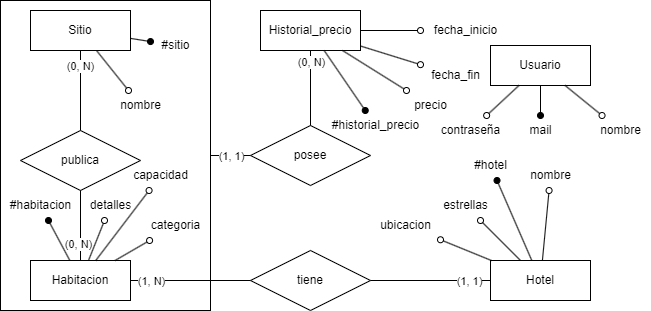
This is 2do_semestre/BD1/Practicas/Practicas-resueltas/Practica-01-modelo-entidad-relacion/Ejercicio-10.drawio.png from Pedro0604/3ro-LS-LI-APU, a draw.io export, as it was before one commit. Source tidied: cells renumbered, new cells last; positions are measured from the earlier drawing's top-left corner, leaving out a move shared by most shapes.
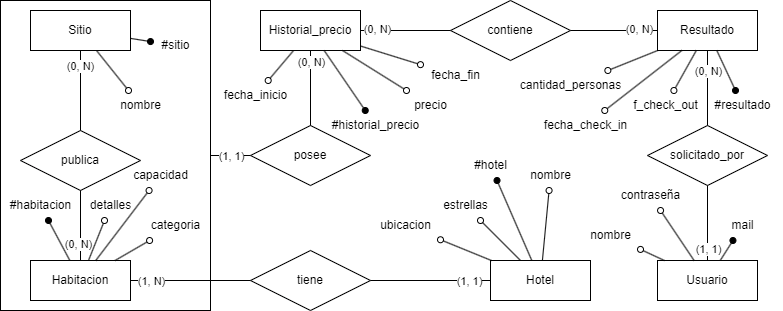
The same diagram one commit later.

Diff of the diagram source:
```diff
@@ -3,7 +3,7 @@
     <mxCell id="0" />
     <mxCell id="1" parent="0" />
     <mxCell id="2" value="Usuario" style="whiteSpace=wrap;html=1;align=center;" parent="1" vertex="1">
-      <mxGeometry x="490" y="45" width="100" height="40" as="geometry" />
+      <mxGeometry x="657" y="260" width="100" height="40" as="geometry" />
     </mxCell>
     <mxCell id="3" value="Hotel" style="whiteSpace=wrap;html=1;align=center;" parent="1" vertex="1">
       <mxGeometry x="490" y="260" width="100" height="40" as="geometry" />
@@ -141,7 +141,7 @@
       <mxGeometry relative="1" as="geometry" />
     </mxCell>
     <mxCell id="46" value="fecha_inicio" style="text;html=1;align=center;verticalAlign=middle;points=[];strokeColor=none;fillColor=none;rounded=0;" parent="1" vertex="1">
-      <mxGeometry x="420" y="15" width="90" height="30" as="geometry" />
+      <mxGeometry x="210" y="80" width="90" height="30" as="geometry" />
     </mxCell>
     <mxCell id="47" style="endArrow=oval;html=1;rounded=0;endFill=0;" parent="1" edge="1" source="6" target="48">
       <mxGeometry relative="1" as="geometry" />
@@ -159,19 +159,80 @@
       <mxGeometry relative="1" as="geometry" />
     </mxCell>
     <mxCell id="52" value="nombre" style="text;html=1;align=center;verticalAlign=middle;points=[];strokeColor=none;fillColor=none;rounded=0;" parent="1" vertex="1">
-      <mxGeometry x="590" y="115" width="60" height="30" as="geometry" />
+      <mxGeometry x="580" y="220" width="60" height="30" as="geometry" />
     </mxCell>
     <mxCell id="53" style="endArrow=oval;html=1;rounded=0;endFill=1;" parent="1" edge="1" source="2" target="54">
       <mxGeometry relative="1" as="geometry" />
     </mxCell>
     <mxCell id="54" value="mail" style="text;html=1;align=center;verticalAlign=middle;points=[];strokeColor=none;fillColor=none;rounded=0;" parent="1" vertex="1">
-      <mxGeometry x="515" y="115" width="50" height="30" as="geometry" />
+      <mxGeometry x="717" y="210" width="50" height="30" as="geometry" />
     </mxCell>
     <mxCell id="55" style="endArrow=oval;html=1;rounded=0;endFill=0;" parent="1" edge="1" source="2" target="56">
       <mxGeometry relative="1" as="geometry" />
     </mxCell>
     <mxCell id="56" value="contraseña" style="text;html=1;align=center;verticalAlign=middle;points=[];strokeColor=none;fillColor=none;rounded=0;" parent="1" vertex="1">
-      <mxGeometry x="430" y="115" width="80" height="30" as="geometry" />
+      <mxGeometry x="610" y="180" width="80" height="30" as="geometry" />
     </mxCell>
+    <mxCell id="57" value="Resultado" style="whiteSpace=wrap;html=1;align=center;" parent="1" vertex="1">
+      <mxGeometry x="657" y="10" width="100" height="40" as="geometry" />
+    </mxCell>
+    <mxCell id="58" value="contiene" style="shape=rhombus;perimeter=rhombusPerimeter;whiteSpace=wrap;html=1;align=center;" parent="1" vertex="1">
+      <mxGeometry x="450" width="120" height="60" as="geometry" />
+    </mxCell>
+    <mxCell id="59" value="solicitado_por" style="shape=rhombus;perimeter=rhombusPerimeter;whiteSpace=wrap;html=1;align=center;" parent="1" vertex="1">
+      <mxGeometry x="647" y="125" width="120" height="60" as="geometry" />
+    </mxCell>
+    <mxCell id="60" style="endArrow=oval;html=1;rounded=0;endFill=1;" parent="1" edge="1" source="57" target="61">
+      <mxGeometry relative="1" as="geometry" />
+    </mxCell>
+    <mxCell id="61" value="#resultado" style="text;html=1;align=center;verticalAlign=middle;points=[];strokeColor=none;fillColor=none;rounded=0;" parent="1" vertex="1">
+      <mxGeometry x="702" y="90" width="80" height="30" as="geometry" />
+    </mxCell>
+    <mxCell id="62" style="endArrow=oval;html=1;rounded=0;endFill=0;" parent="1" edge="1" source="57" target="63">
+      <mxGeometry relative="1" as="geometry" />
+    </mxCell>
+    <mxCell id="63" value="cantidad_personas" style="text;html=1;align=center;verticalAlign=middle;points=[];strokeColor=none;fillColor=none;rounded=0;" parent="1" vertex="1">
+      <mxGeometry x="510" y="70" width="120" height="30" as="geometry" />
+    </mxCell>
+    <mxCell id="64" style="endArrow=oval;html=1;rounded=0;endFill=0;" parent="1" edge="1" source="57" target="65">
+      <mxGeometry relative="1" as="geometry" />
+    </mxCell>
+    <mxCell id="65" value="fecha_check_in" style="text;html=1;align=center;verticalAlign=middle;points=[];strokeColor=none;fillColor=none;rounded=0;" parent="1" vertex="1">
+      <mxGeometry x="530" y="110" width="110" height="30" as="geometry" />
+    </mxCell>
+    <mxCell id="66" style="endArrow=oval;html=1;rounded=0;endFill=0;" parent="1" edge="1" source="57" target="67">
+      <mxGeometry relative="1" as="geometry" />
+    </mxCell>
+    <mxCell id="67" value="f_check_out" style="text;html=1;align=center;verticalAlign=middle;points=[];strokeColor=none;fillColor=none;rounded=0;" parent="1" vertex="1">
+      <mxGeometry x="620" y="90" width="90" height="30" as="geometry" />
+    </mxCell>
+    <mxCell id="68" style="endArrow=none;html=1;rounded=0;" parent="1" edge="1" source="6" target="58">
+      <mxGeometry relative="1" as="geometry" />
+    </mxCell>
+    <mxCell id="69" value="(0, N)" style="edgeLabel;html=1;align=center;verticalAlign=middle;" parent="68" vertex="1">
+      <mxGeometry x="-0.64" y="2" relative="1" as="geometry" />
+    </mxCell>
+    <mxCell id="70" style="endArrow=none;html=1;rounded=0;" parent="1" edge="1" source="58" target="57">
+      <mxGeometry relative="1" as="geometry" />
+    </mxCell>
+    <mxCell id="71" value="(0, N)" style="edgeLabel;html=1;align=center;verticalAlign=middle;" parent="70" vertex="1">
+      <mxGeometry x="0.57" y="2" relative="1" as="geometry" />
+    </mxCell>
+    <mxCell id="72" style="endArrow=none;html=1;rounded=0;" parent="1" edge="1" source="2" target="59">
+      <mxGeometry relative="1" as="geometry" />
+    </mxCell>
+    <mxCell id="73" value="(1, 1)" style="edgeLabel;html=1;align=center;verticalAlign=middle;" parent="72" vertex="1">
+      <mxGeometry x="-0.69" relative="1" as="geometry" />
+    </mxCell>
+    <mxCell id="74" style="endArrow=none;html=1;rounded=0;" parent="1" edge="1" source="59">
+      <mxGeometry relative="1" as="geometry">
+        <mxPoint x="707" y="50" as="targetPoint" />
+      </mxGeometry>
+    </mxCell>
+    <mxCell id="75" value="(0, N)" style="edgeLabel;html=1;align=center;verticalAlign=middle;" parent="74" vertex="1">
+      <mxGeometry x="0.75" relative="1" as="geometry">
+        <mxPoint y="11" as="offset" />
+      </mxGeometry>
+    </mxCell>
   </root>
 </mxGraphModel>
```
